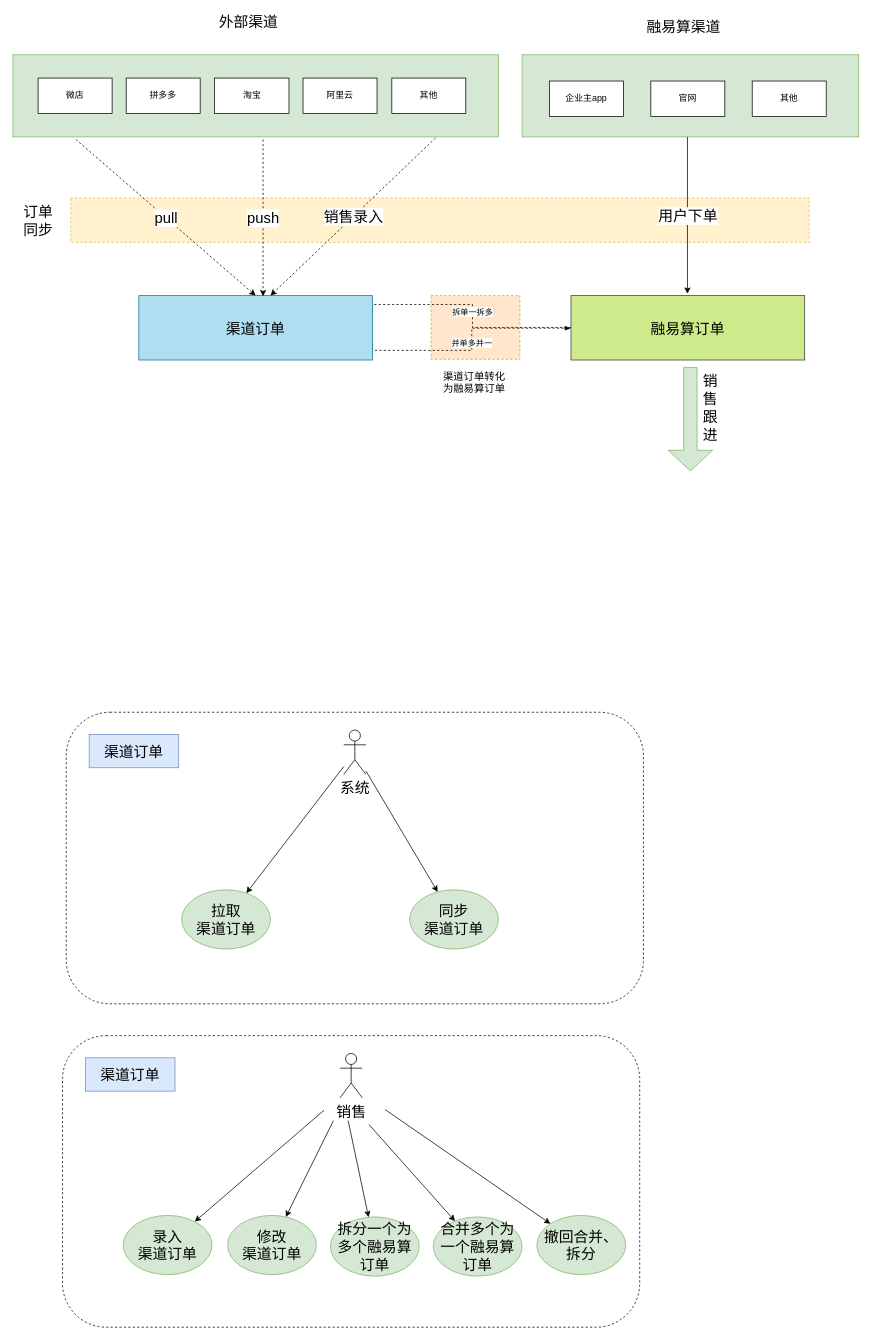
This is 渠道订单.drawio from zhaoershuang/flow-chart, a draw.io file, before an edit. Source tidied: cells renumbered, new cells numbered last; positions are measured from the earlier drawing's top-left corner, leaving out a move shared by most shapes. Both pictures are drawn from the tidied source at 74%, with x=0, y=0 at pixel (13, 13).
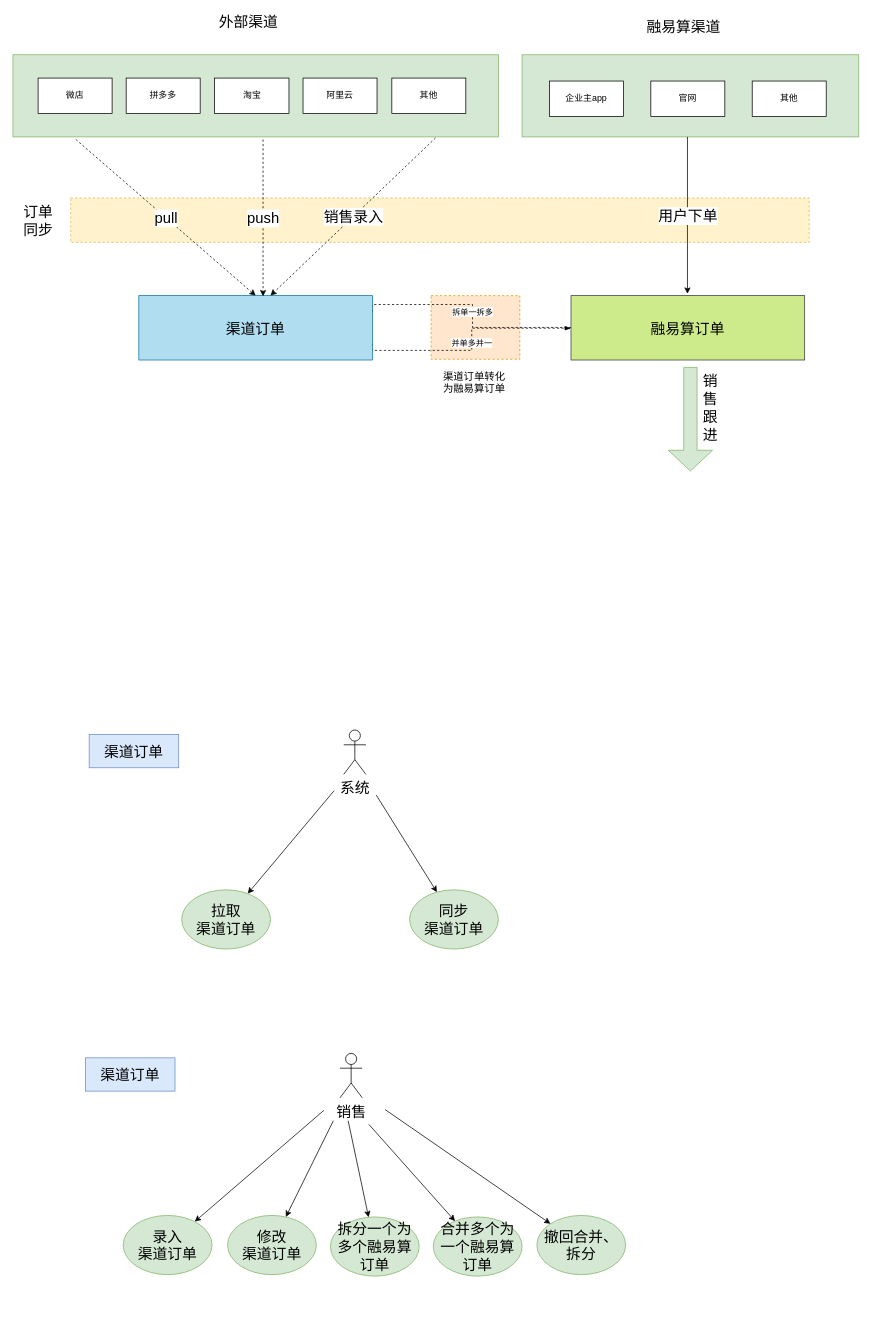
Above is the later version.

Commit message:
更新渠道订单.drawio

Unchanged cells that the change refers to:
```xml
<mxCell id="29" value="&lt;font style=&quot;font-size: 20px&quot;&gt;拉取&lt;br&gt;渠道订单&lt;/font&gt;" style="ellipse;whiteSpace=wrap;html=1;fillColor=#d5e8d4;strokeColor=#82b366;" parent="1" vertex="1">
  <mxGeometry x="228" y="1184" width="120" height="80" as="geometry" />
</mxCell>
<mxCell id="30" value="&lt;font style=&quot;font-size: 20px&quot;&gt;系统&lt;/font&gt;" style="shape=umlActor;verticalLabelPosition=bottom;verticalAlign=top;html=1;" parent="1" vertex="1">
  <mxGeometry x="447" y="968" width="30" height="60" as="geometry" />
</mxCell>
<mxCell id="31" value="&lt;font style=&quot;font-size: 20px&quot;&gt;同步&lt;br&gt;渠道订单&lt;/font&gt;" style="ellipse;whiteSpace=wrap;html=1;fillColor=#d5e8d4;strokeColor=#82b366;" parent="1" vertex="1">
  <mxGeometry x="536" y="1184" width="120" height="80" as="geometry" />
</mxCell>
<mxCell id="36" value="&lt;font style=&quot;font-size: 20px&quot;&gt;录入&lt;br&gt;渠道订单&lt;/font&gt;" style="ellipse;whiteSpace=wrap;html=1;fillColor=#d5e8d4;strokeColor=#82b366;" parent="1" vertex="1">
  <mxGeometry x="149" y="1624" width="120" height="80" as="geometry" />
</mxCell>
```

Diff of the diagram source:
```diff
@@
-    <mxCell id="28" style="rounded=1;whiteSpace=wrap;html=1;dashed=1;" parent="1" vertex="1">
-      <mxGeometry x="72" y="944" width="780" height="394" as="geometry" />
-    </mxCell>
@@
-    <mxCell id="32" style="endArrow=classic;html=1;" parent="1" edge="1" source="30" target="29">
-      <mxGeometry relative="1" as="geometry" />
+    <mxCell id="32" style="endArrow=classic;html=1;" parent="1" edge="1" target="29">
+      <mxGeometry relative="1" as="geometry">
+        <mxPoint x="434" y="1050" as="sourcePoint" />
+      </mxGeometry>
     </mxCell>
-    <mxCell id="33" style="endArrow=classic;html=1;" parent="1" edge="1" source="30" target="31">
-      <mxGeometry relative="1" as="geometry" />
+    <mxCell id="33" style="endArrow=classic;html=1;" parent="1" edge="1" target="31">
+      <mxGeometry relative="1" as="geometry">
+        <mxPoint x="491" y="1056" as="sourcePoint" />
+      </mxGeometry>
     </mxCell>
@@
-    <mxCell id="35" style="rounded=1;whiteSpace=wrap;html=1;dashed=1;" parent="1" vertex="1">
-      <mxGeometry x="67" y="1381" width="780" height="394" as="geometry" />
-    </mxCell>
@@
-    <mxCell id="39" style="endArrow=classic;html=1;exitX=0.453;exitY=0.256;exitDx=0;exitDy=0;exitPerimeter=0;" parent="1" edge="1" source="35" target="36">
-      <mxGeometry relative="1" as="geometry" />
+    <mxCell id="39" style="endArrow=classic;html=1;exitX=0.453;exitY=0.256;exitDx=0;exitDy=0;exitPerimeter=0;" parent="1" edge="1" target="36">
+      <mxGeometry relative="1" as="geometry">
+        <mxPoint x="420.3" y="1481.9" as="sourcePoint" />
+      </mxGeometry>
     </mxCell>
```
